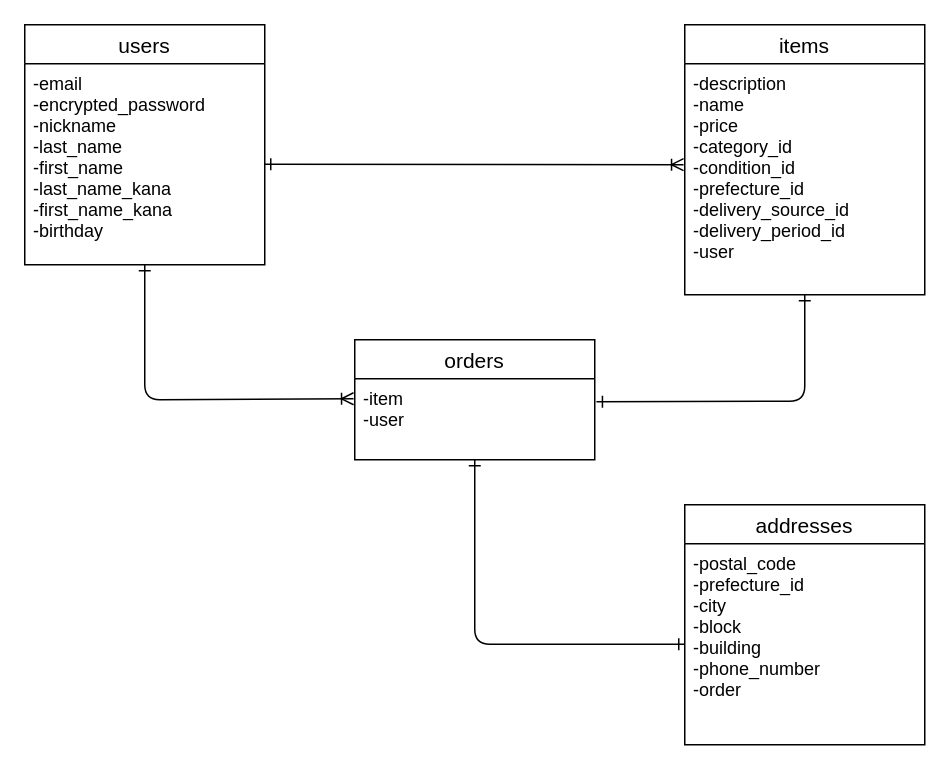
takuya0512/furima-40249 keeps this draw.io diagram as draw.dio. Above is the earlier version. Source tidied: cells renumbered, new cells numbered last; positions are measured from the earlier drawing's top-left corner, leaving out a move shared by most shapes. Both pictures are drawn from the tidied source at 150%, with x=0, y=0 at pixel (24, 24).
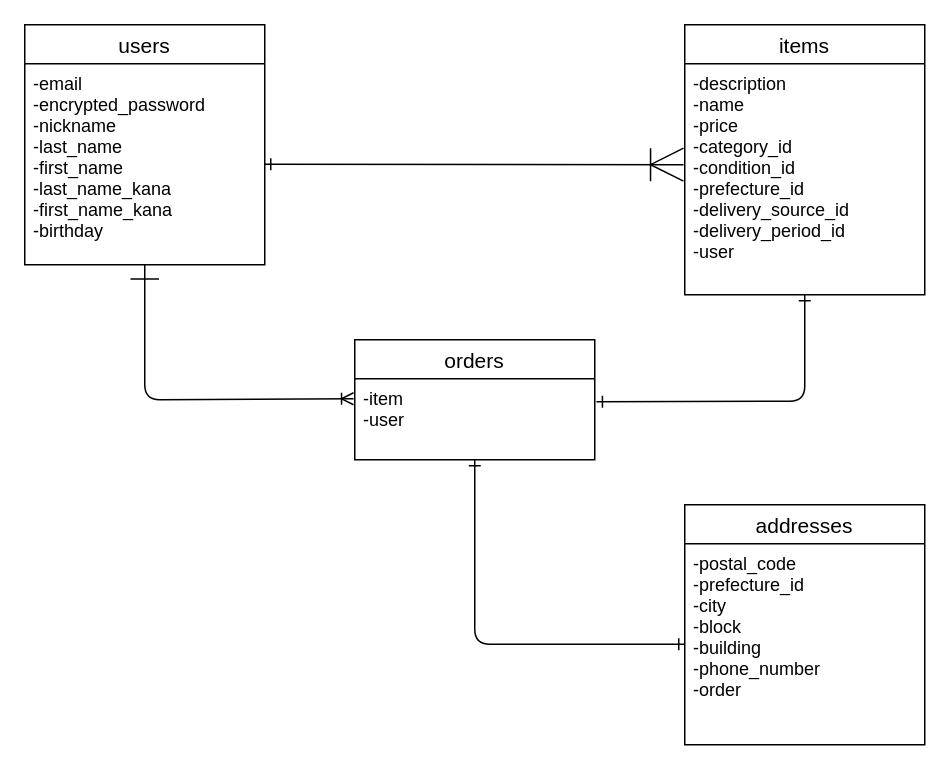
The same page after the edit.

Commit message (it also covers changes not shown here):
コード省略

Change to the diagram source:
```diff
@@
 <mxGraphModel>
   <root>
     <mxCell id="0" />
     <mxCell id="1" parent="0" />
     <mxCell id="2" value="users" style="swimlane;fontStyle=0;horizontal=1;startSize=26;align=center;fontSize=14;" parent="1" vertex="1">
       <mxGeometry width="160" height="160" as="geometry" />
     </mxCell>
     <mxCell id="3" value="addresses" style="swimlane;fontStyle=0;horizontal=1;startSize=26;align=center;fontSize=14;" parent="1" vertex="1">
       <mxGeometry x="440" y="320" width="160" height="160" as="geometry" />
     </mxCell>
     <mxCell id="4" value="-postal_code&#10;-prefecture_id&#10;-city&#10;-block&#10;-building&#10;-phone_number&#10;-order&#10;&#10;" style="text;strokeColor=none;fillColor=none;spacingLeft=4;spacingRight=4;overflow=hidden;points=[[0,0.5],[1,0.5]];portConstraint=eastwest;fontSize=12;" parent="3" vertex="1">
       <mxGeometry y="26" width="160" height="134" as="geometry" />
     </mxCell>
     <mxCell id="5" value="items" style="swimlane;fontStyle=0;horizontal=1;startSize=26;align=center;fontSize=14;" parent="1" vertex="1">
       <mxGeometry x="440" width="160" height="180" as="geometry" />
     </mxCell>
     <mxCell id="6" value="-description&#10;-name&#10;-price&#10;-category_id&#10;-condition_id&#10;-prefecture_id&#10;-delivery_source_id&#10;-delivery_period_id&#10;-user&#10;" style="text;strokeColor=none;fillColor=none;spacingLeft=4;spacingRight=4;overflow=hidden;points=[[0,0.5],[1,0.5]];portConstraint=eastwest;fontSize=12;" parent="5" vertex="1">
       <mxGeometry y="26" width="160" height="154" as="geometry" />
     </mxCell>
     <mxCell id="7" value="orders" style="swimlane;fontStyle=0;horizontal=1;startSize=26;align=center;fontSize=14;" parent="1" vertex="1">
       <mxGeometry x="220" y="210" width="160" height="80" as="geometry" />
     </mxCell>
     <mxCell id="8" value="-item&#10;-user&#10;&#10;" style="text;strokeColor=none;fillColor=none;spacingLeft=4;spacingRight=4;overflow=hidden;points=[[0,0.5],[1,0.5]];portConstraint=eastwest;fontSize=12;" parent="7" vertex="1">
       <mxGeometry y="26" width="160" height="54" as="geometry" />
     </mxCell>
-    <mxCell id="9" style="edgeStyle=none;html=1;exitX=1;exitY=0.5;exitDx=0;exitDy=0;entryX=-0.005;entryY=0.437;entryDx=0;entryDy=0;entryPerimeter=0;fontColor=#FF3333;startArrow=ERone;startFill=0;endArrow=ERoneToMany;endFill=0;" parent="1" edge="1" source="10" target="6">
+    <mxCell id="9" style="edgeStyle=none;html=1;exitX=1;exitY=0.5;exitDx=0;exitDy=0;entryX=-0.005;entryY=0.437;entryDx=0;entryDy=0;entryPerimeter=0;fontColor=#FF3333;startArrow=ERone;startFill=0;endArrow=ERoneToMany;endFill=0;endSize=20;" parent="1" edge="1" source="10" target="6">
       <mxGeometry relative="1" as="geometry" />
     </mxCell>
     <mxCell id="10" value="-email&#10;-encrypted_password&#10;-nickname&#10;-last_name&#10;-first_name&#10;-last_name_kana&#10;-first_name_kana&#10;-birthday&#10;" style="text;strokeColor=none;fillColor=none;spacingLeft=4;spacingRight=4;overflow=hidden;points=[[0,0.5],[1,0.5]];portConstraint=eastwest;fontSize=12;" parent="1" vertex="1">
       <mxGeometry y="26" width="160" height="134" as="geometry" />
     </mxCell>
-    <mxCell id="11" style="edgeStyle=none;html=1;fontColor=#FF3333;startArrow=ERoneToMany;startFill=0;endArrow=ERone;endFill=0;exitX=-0.005;exitY=0.247;exitDx=0;exitDy=0;exitPerimeter=0;" parent="1" edge="1" source="8">
+    <mxCell id="11" style="edgeStyle=none;html=1;fontColor=#FF3333;startArrow=ERoneToMany;startFill=0;endArrow=ERone;endFill=0;exitX=-0.005;exitY=0.247;exitDx=0;exitDy=0;exitPerimeter=0;endSize=17;" parent="1" edge="1" source="8">
       <mxGeometry relative="1" as="geometry">
         <mxPoint x="80" y="160" as="targetPoint" />
         <Array as="points">
           <mxPoint x="80" y="250" />
         </Array>
       </mxGeometry>
     </mxCell>
     <mxCell id="12" style="edgeStyle=none;html=1;exitX=1.007;exitY=0.284;exitDx=0;exitDy=0;fontColor=#FF3333;startArrow=ERone;startFill=0;endArrow=ERone;endFill=0;exitPerimeter=0;" parent="1" edge="1" source="8">
       <mxGeometry relative="1" as="geometry">
         <mxPoint x="520" y="180" as="targetPoint" />
         <Array as="points">
           <mxPoint x="520" y="251" />
         </Array>
       </mxGeometry>
     </mxCell>
     <mxCell id="13" style="edgeStyle=none;html=1;exitX=0;exitY=0.5;exitDx=0;exitDy=0;entryX=0.5;entryY=1;entryDx=0;entryDy=0;entryPerimeter=0;fontColor=#FF3333;startArrow=ERone;startFill=0;endArrow=ERone;endFill=0;" parent="1" edge="1" source="4" target="8">
       <mxGeometry relative="1" as="geometry">
         <Array as="points">
           <mxPoint x="300" y="413" />
         </Array>
       </mxGeometry>
     </mxCell>
   </root>
 </mxGraphModel>
```
